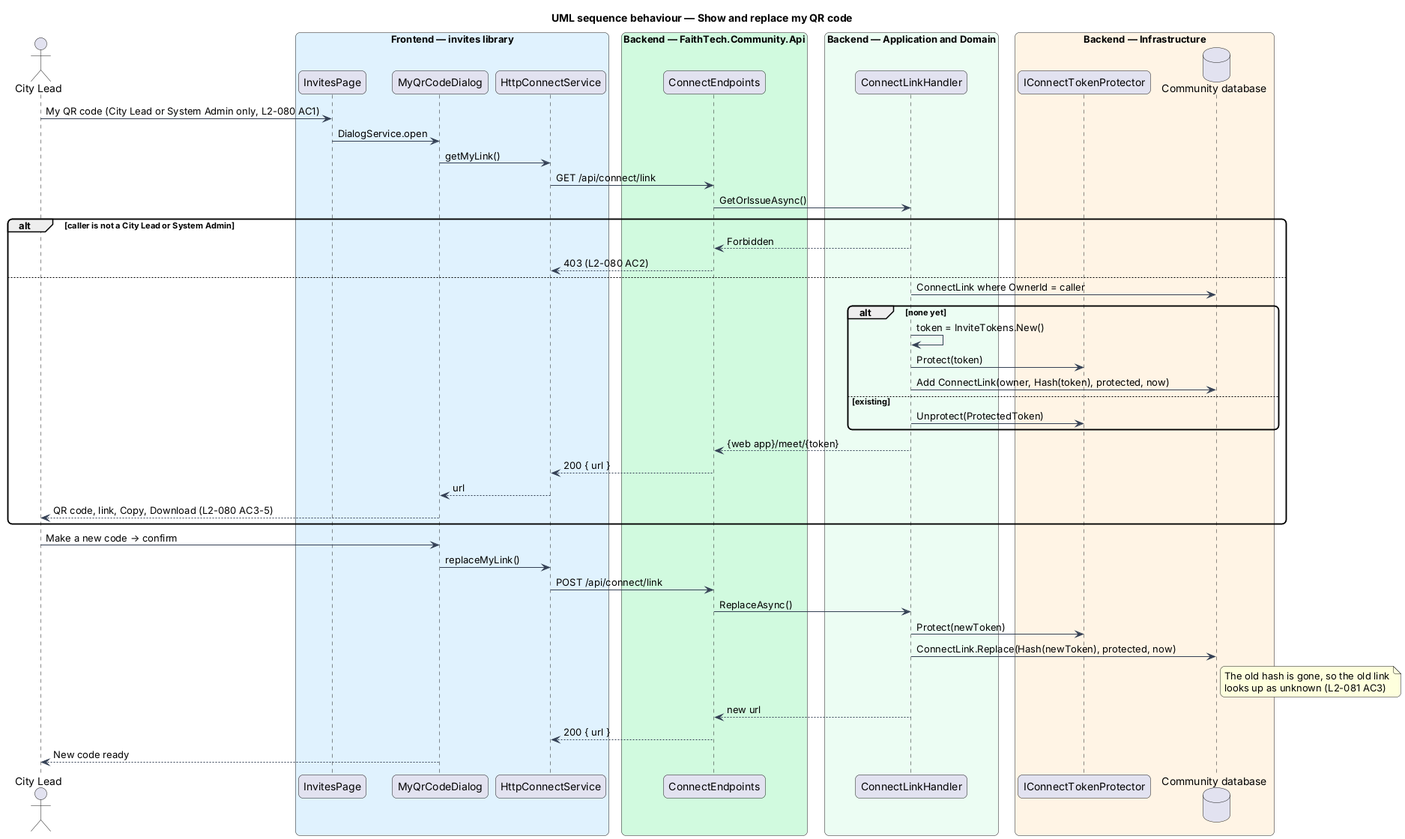
Before: docs/detailed-designs/invites/connect-by-qr-code/diagrams/sequence-my-qr-code.png, a diagram exported from PlantUML (QuinntyneBrown/faithtech-community).
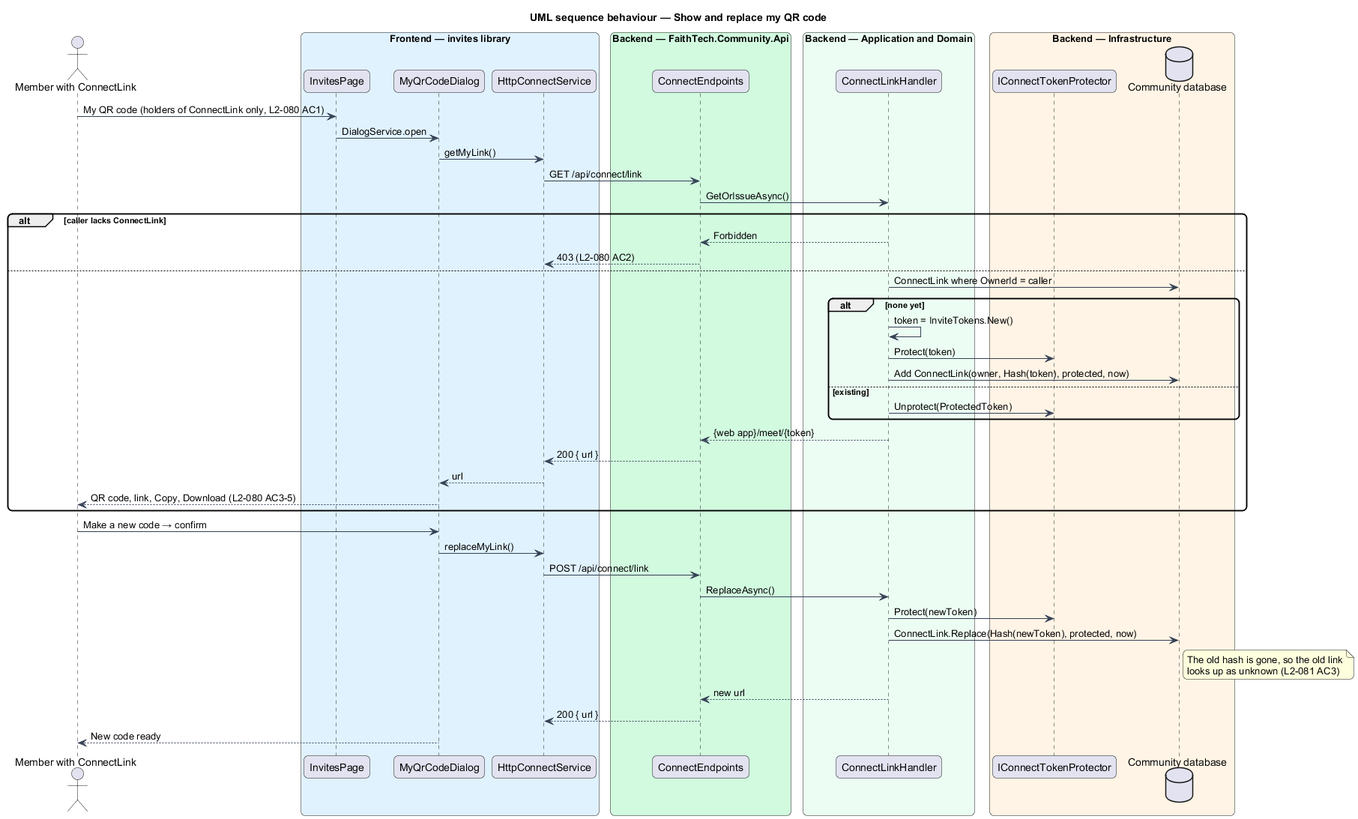
Above is the later version.

Change to the diagram source:
```diff
@@ -5,7 +5,7 @@
 skinparam roundcorner 12
 skinparam defaultFontName Arial
 skinparam ArrowColor #344054
-actor "City Lead" as lead
+actor "Member with ConnectLink" as lead
 box "Frontend — invites library" #E0F2FE
   participant "InvitesPage" as page
   participant "MyQrCodeDialog" as dlg
@@ -21,12 +21,12 @@
   participant "IConnectTokenProtector" as prot
   database "Community database" as db
 end box
-lead -> page : My QR code (City Lead or System Admin only, L2-080 AC1)
+lead -> page : My QR code (holders of ConnectLink only, L2-080 AC1)
 page -> dlg : DialogService.open
 dlg -> svc : getMyLink()
 svc -> ep : GET /api/connect/link
 ep -> h : GetOrIssueAsync()
-alt caller is not a City Lead or System Admin
+alt caller lacks ConnectLink
   h --> ep : Forbidden
   ep --> svc : 403 (L2-080 AC2)
 else
```
